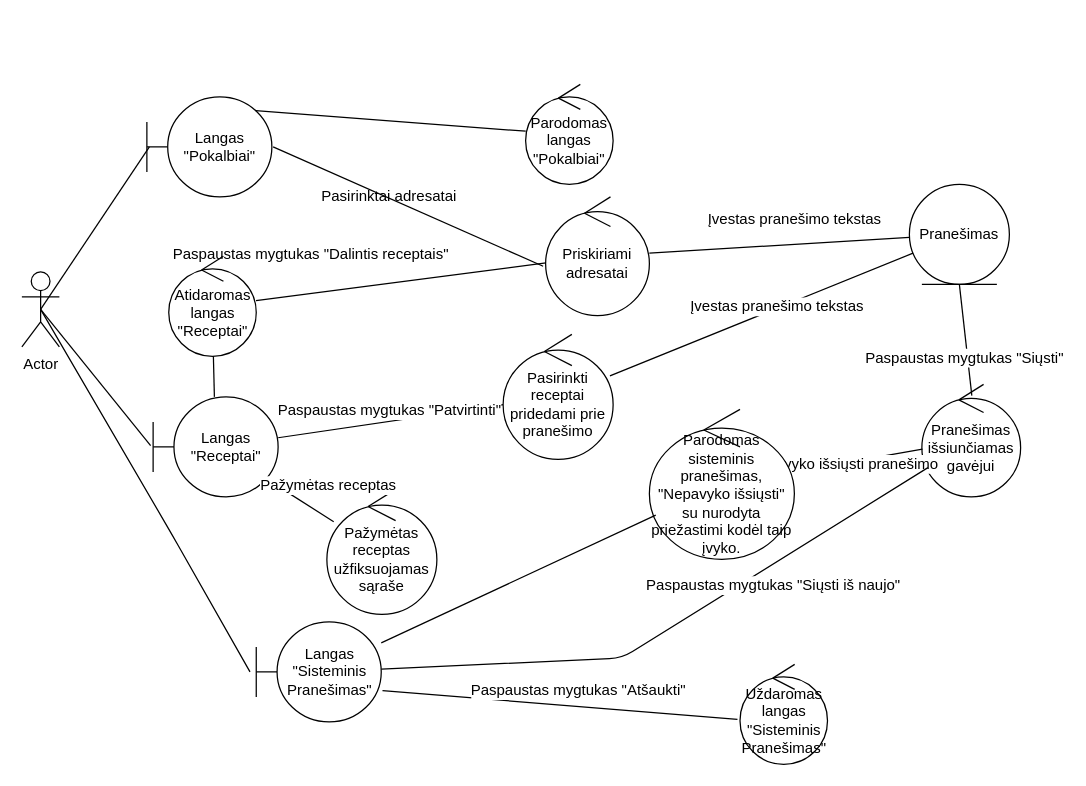
Above: Draw.io/ROBUSTnaudotBendrPerPranesimus.drawio in Tristanas/PSI2-Food-Bee-Inc (draw.io), before the change. Source tidied: cells renumbered, new cells numbered last; positions are measured from the earlier drawing's top-left corner, leaving out a move shared by most shapes. Both pictures are drawn from the tidied source at 125%, with x=0, y=0 at pixel (21, 84).
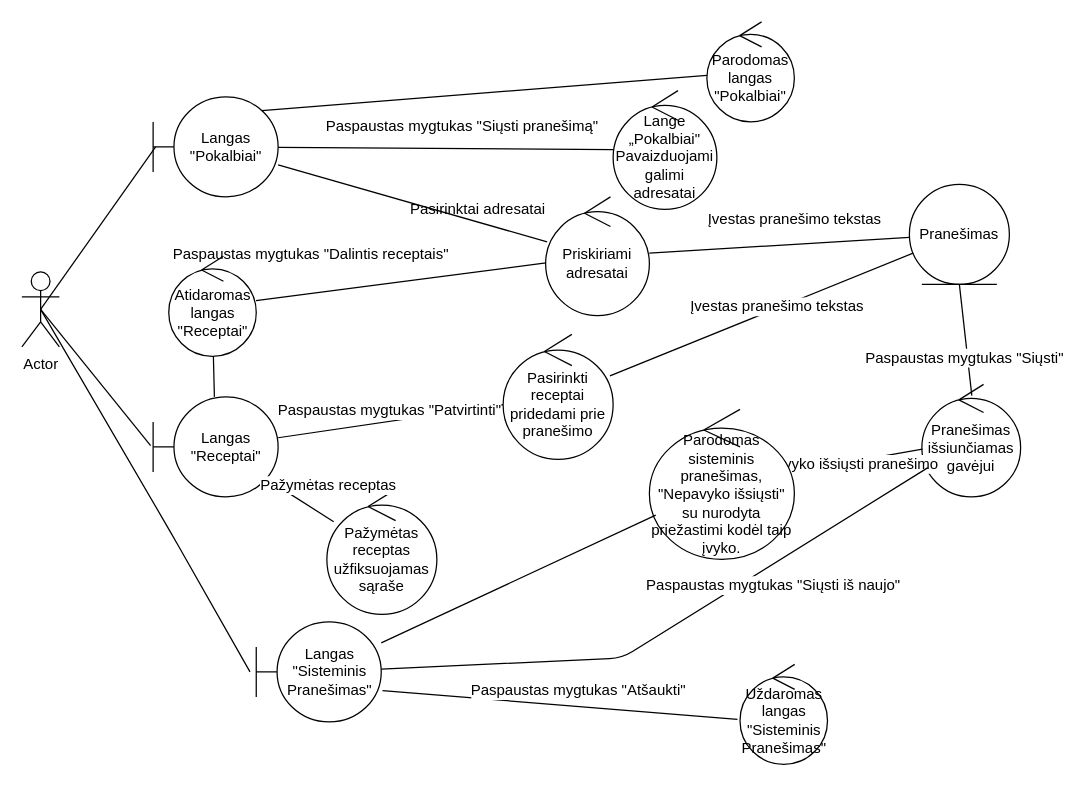
After the change.

Commit message:
Finish update pranešimai RD

Unchanged cells that the change refers to:
```xml
<mxCell id="9" value="Priskiriami adresatai" style="ellipse;shape=umlControl;whiteSpace=wrap;html=1;" parent="1" vertex="1">
  <mxGeometry x="419" y="90" width="83" height="95" as="geometry" />
</mxCell>
```

Diff of the diagram source:
```diff
@@
     <mxCell id="3" value="Parodomas langas &quot;Pokalbiai&quot;" style="ellipse;shape=umlControl;whiteSpace=wrap;html=1;" parent="1" vertex="1">
-      <mxGeometry x="403" width="70" height="80" as="geometry" />
+      <mxGeometry x="548" y="-50" width="70" height="80" as="geometry" />
     </mxCell>
     <mxCell id="4" value="Langas &quot;Pokalbiai&quot;" style="shape=umlBoundary;whiteSpace=wrap;html=1;" parent="1" vertex="1">
-      <mxGeometry x="100" y="10" width="100" height="80" as="geometry" />
+      <mxGeometry x="105" y="10" width="100" height="80" as="geometry" />
     </mxCell>
@@
-    <mxCell id="7" style="endArrow=none;html=1;exitX=1.01;exitY=0.5;exitDx=0;exitDy=0;exitPerimeter=0;entryX=-0.024;entryY=0.584;entryDx=0;entryDy=0;entryPerimeter=0;" parent="1" edge="1" source="4" target="9">
+    <mxCell id="7" style="endArrow=none;html=1;" parent="1" edge="1" source="4" target="9">
       <mxGeometry relative="1" as="geometry" />
     </mxCell>
     <mxCell id="8" value="Pasirinktai adresatai" style="text;html=1;align=left;verticalAlign=top;spacingTop=-4;" parent="1" vertex="1">
-      <mxGeometry x="237.5" y="80" width="120" height="20" as="geometry" />
+      <mxGeometry x="309" y="90" width="120" height="20" as="geometry" />
     </mxCell>
@@
+    <mxCell id="41" value="Lange „Pokalbiai&quot;&lt;br&gt;Pavaizduojami galimi adresatai" style="ellipse;shape=umlControl;whiteSpace=wrap;html=1;" parent="1" vertex="1">
+      <mxGeometry x="473" y="5" width="83" height="95" as="geometry" />
+    </mxCell>
+    <mxCell id="42" style="endArrow=none;html=1;" parent="1" edge="1" source="41" target="4">
+      <mxGeometry relative="1" as="geometry" />
+    </mxCell>
+    <mxCell id="43" value="Paspaustas mygtukas &quot;Siųsti pranešimą&quot;" style="text;html=1;align=center;verticalAlign=middle;labelBackgroundColor=#ffffff;" parent="42" vertex="1">
+      <mxGeometry x="0.16" y="-3" relative="1" as="geometry">
+        <mxPoint x="33.5" y="-14.5" as="offset" />
+      </mxGeometry>
+    </mxCell>
```
